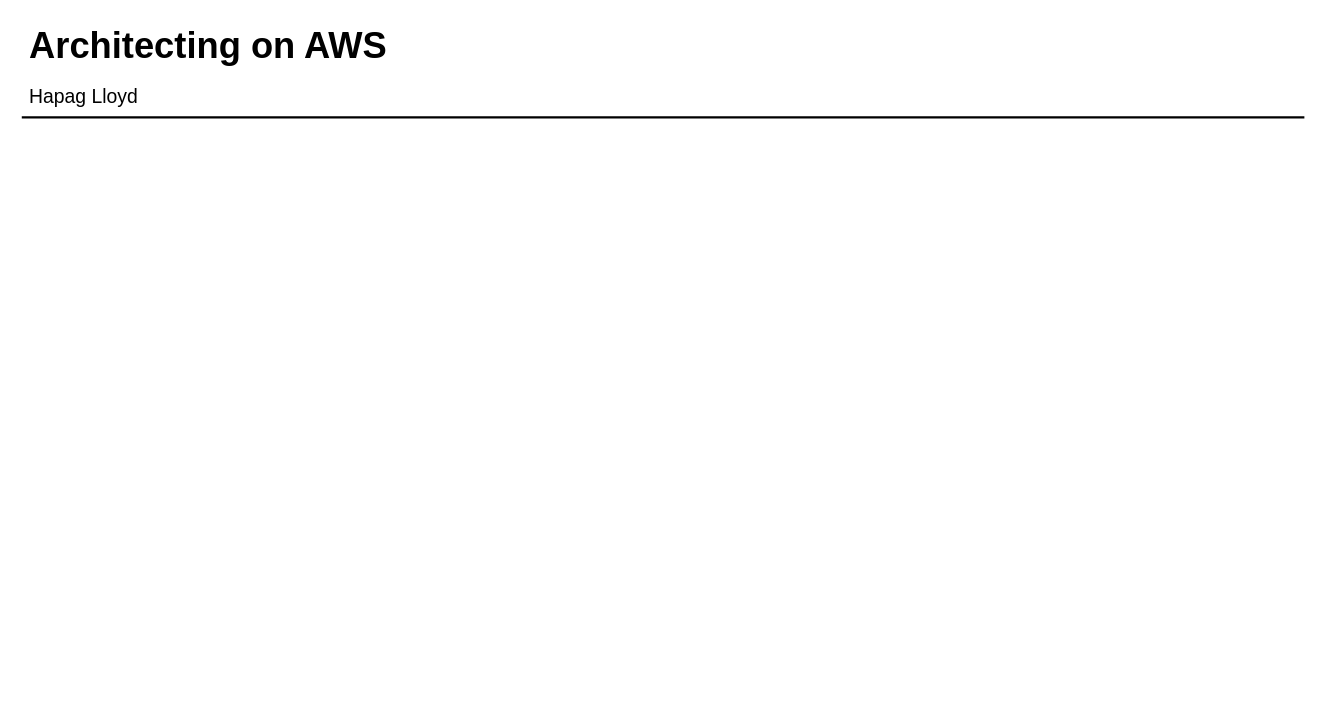
The draw.io diagram page "Copy of Page-2" (2 of 11) of HapagLloyd.drawio in taupoali/awsdiagrams, before the edit. Source tidied: cells renumbered, new cells numbered last; positions are measured from the earlier drawing's top-left corner, leaving out a move shared by most shapes. Both pictures are drawn from the tidied source at 121%, with x=0, y=0 at pixel (21, 19).
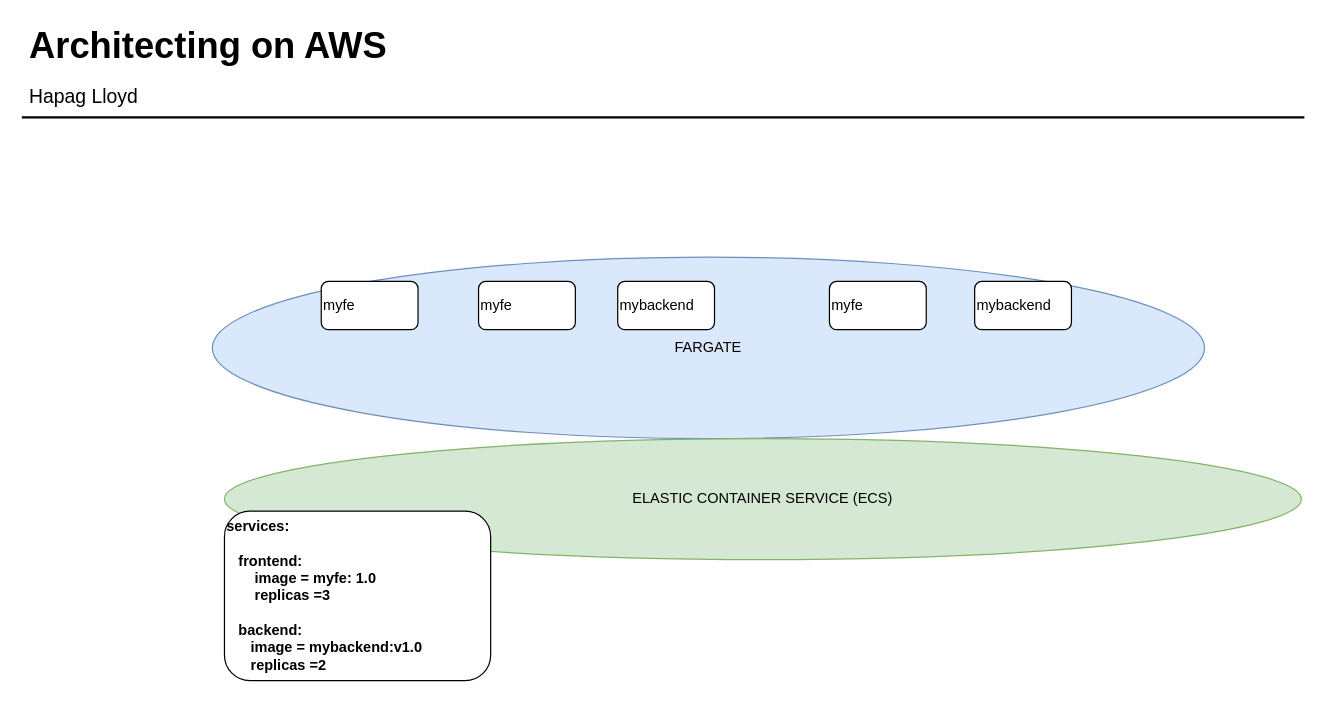
The same diagram, later.

Change to the diagram source:
```diff
@@
 <mxGraphModel>
   <root>
     <mxCell id="0" />
     <mxCell id="1" parent="0" />
+    <mxCell id="5" value="FARGATE" style="ellipse;whiteSpace=wrap;html=1;fillColor=#dae8fc;strokeColor=#6c8ebf;" parent="1" vertex="1">
+      <mxGeometry x="158" y="196" width="820" height="150" as="geometry" />
+    </mxCell>
+    <mxCell id="6" value="ELASTIC CONTAINER SERVICE (ECS)" style="ellipse;whiteSpace=wrap;html=1;fillColor=#d5e8d4;strokeColor=#82b366;" parent="1" vertex="1">
+      <mxGeometry x="168" y="346" width="890" height="100" as="geometry" />
+    </mxCell>
     <mxCell id="2" value="Architecting on AWS" style="text;html=1;align=left;verticalAlign=top;spacingTop=-4;fontSize=30;fontStyle=1;" parent="1" vertex="1">
       <mxGeometry x="4.5" y="0.5" width="310" height="40" as="geometry" />
     </mxCell>
     <mxCell id="3" value="Hapag Lloyd" style="text;html=1;align=left;verticalAlign=top;spacingTop=-4;fontSize=16;" parent="1" vertex="1">
       <mxGeometry x="4.5" y="50.5" width="110" height="20" as="geometry" />
     </mxCell>
     <mxCell id="4" style="line;strokeWidth=2;html=1;fontSize=14;" parent="1" vertex="1">
       <mxGeometry x="0.5" y="75.5" width="1060" height="10" as="geometry" />
     </mxCell>
+    <mxCell id="7" value="services:&lt;br&gt;&amp;nbsp;&amp;nbsp;&lt;br&gt;&amp;nbsp; &amp;nbsp;frontend:&lt;br&gt;&amp;nbsp; &amp;nbsp; &amp;nbsp; &amp;nbsp;image = myfe: 1.0&lt;br&gt;&amp;nbsp; &amp;nbsp; &amp;nbsp; &amp;nbsp;replicas =3&lt;br&gt;&lt;br&gt;&amp;nbsp; &amp;nbsp;backend:&lt;br&gt;&amp;nbsp; &amp;nbsp; &amp;nbsp; image = mybackend:v1.0&lt;br&gt;&amp;nbsp; &amp;nbsp; &amp;nbsp; replicas =2&amp;nbsp;" style="rounded=1;whiteSpace=wrap;html=1;align=left;fontStyle=1;" parent="1" vertex="1">
+      <mxGeometry x="168" y="406" width="220" height="140" as="geometry" />
+    </mxCell>
+    <mxCell id="8" value="myfe" style="rounded=1;whiteSpace=wrap;html=1;align=left;" parent="1" vertex="1">
+      <mxGeometry x="248" y="216" width="80" height="40" as="geometry" />
+    </mxCell>
+    <mxCell id="9" value="myfe" style="rounded=1;whiteSpace=wrap;html=1;align=left;" parent="1" vertex="1">
+      <mxGeometry x="378" y="216" width="80" height="40" as="geometry" />
+    </mxCell>
+    <mxCell id="10" value="myfe" style="rounded=1;whiteSpace=wrap;html=1;align=left;" parent="1" vertex="1">
+      <mxGeometry x="668" y="216" width="80" height="40" as="geometry" />
+    </mxCell>
+    <mxCell id="11" value="mybackend" style="rounded=1;whiteSpace=wrap;html=1;align=left;" parent="1" vertex="1">
+      <mxGeometry x="493" y="216" width="80" height="40" as="geometry" />
+    </mxCell>
+    <mxCell id="12" value="mybackend" style="rounded=1;whiteSpace=wrap;html=1;align=left;" parent="1" vertex="1">
+      <mxGeometry x="788" y="216" width="80" height="40" as="geometry" />
+    </mxCell>
   </root>
 </mxGraphModel>
```
